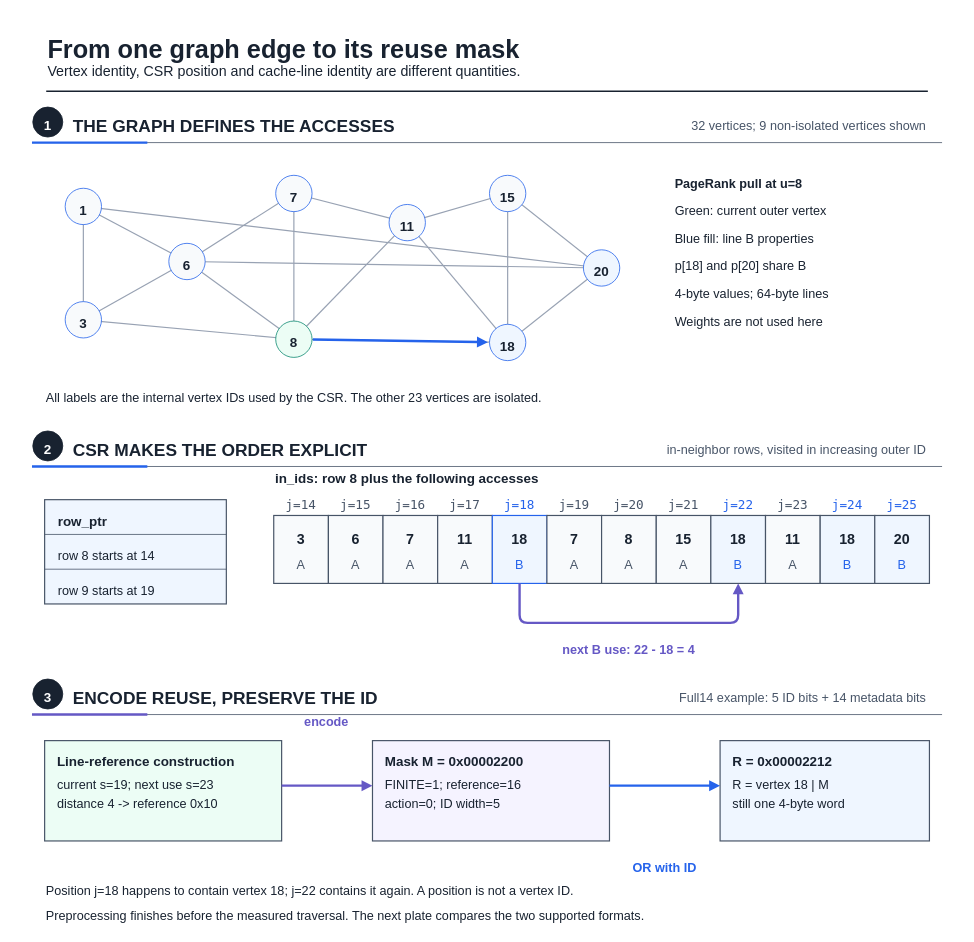
The draw.io diagram fig/wiki_src/reuse-plan-flowthrough/reuse-plan-flowthrough-f01-offline-construction.drawio in UVA-LavaLab/ECG_GrAPL, before the edit. Source tidied: cells renumbered, new cells numbered last; positions are measured from the earlier drawing's top-left corner, leaving out a move shared by most shapes. Both pictures are drawn from the tidied source at 79%, with x=0, y=0 at pixel (13, 13).
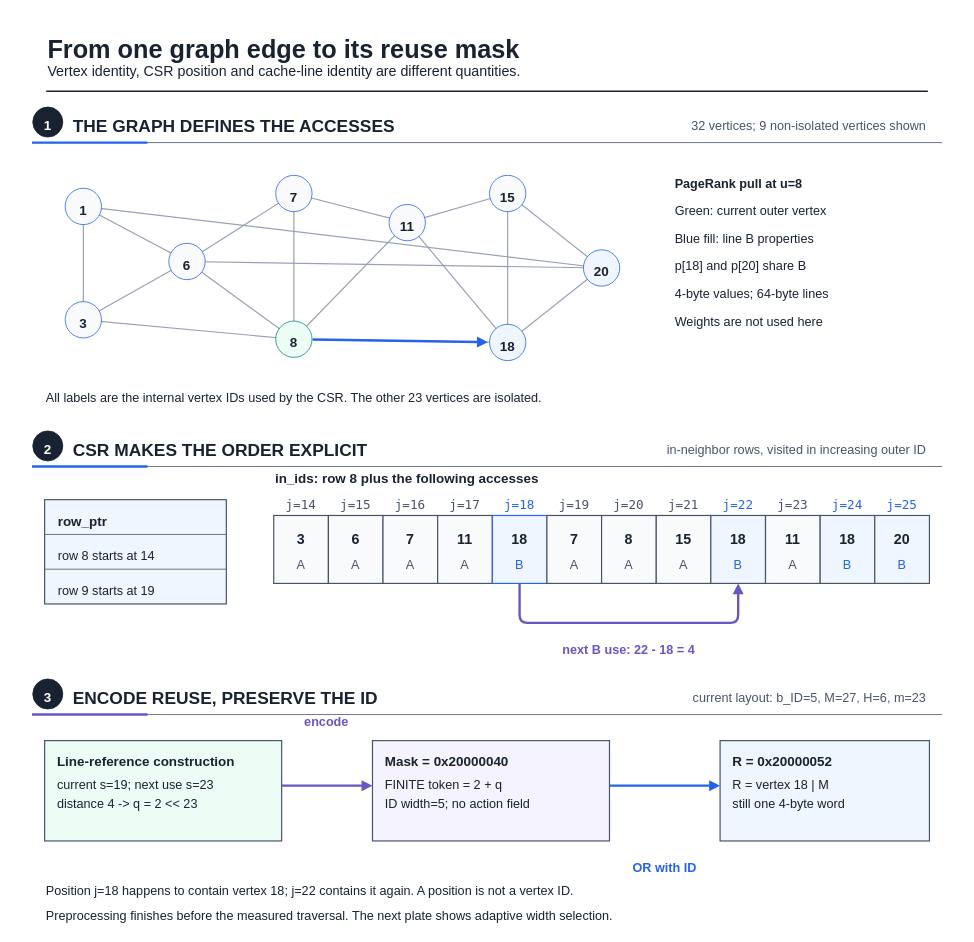
The same diagram, later.

Diff of the diagram source:
```diff
@@
-    <mxCell id="121" value="Full14 example: 5 ID bits + 14 metadata bits" style="text;html=0;strokeColor=none;fillColor=none;align=right;verticalAlign=middle;fontFamily=Liberation Sans;fontSize=16;fontColor=#475467;fontStyle=0;" parent="1" vertex="1">
-      <mxGeometry x="784.9" y="854.2" width="373.1" height="22.4" as="geometry" />
+    <mxCell id="121" value="current layout: b_ID=5, M=27, H=6, m=23" style="text;html=0;strokeColor=none;fillColor=none;align=right;verticalAlign=middle;fontFamily=Liberation Sans;fontSize=16;fontColor=#475467;fontStyle=0;" parent="1" vertex="1">
+      <mxGeometry x="827.3" y="854.2" width="330.7" height="22.4" as="geometry" />
     </mxCell>
@@
-    <mxCell id="127" value="distance 4 -&gt; reference 0x10" style="text;html=0;strokeColor=none;fillColor=none;align=left;verticalAlign=middle;fontFamily=Liberation Sans;fontSize=16;fontColor=#182230;fontStyle=0;" parent="1" vertex="1">
-      <mxGeometry x="54" y="989.2" width="237.4" height="22.4" as="geometry" />
+    <mxCell id="127" value="distance 4 -&gt; q = 2 &lt;&lt; 23" style="text;html=0;strokeColor=none;fillColor=none;align=left;verticalAlign=middle;fontFamily=Liberation Sans;fontSize=16;fontColor=#182230;fontStyle=0;" parent="1" vertex="1">
+      <mxGeometry x="54" y="989.2" width="212" height="22.4" as="geometry" />
     </mxCell>
@@
-    <mxCell id="129" value="Mask M = 0x00002200" style="text;html=0;strokeColor=none;fillColor=none;align=left;verticalAlign=middle;fontFamily=Liberation Sans;fontSize=17;fontColor=#182230;fontStyle=1;" parent="1" vertex="1">
-      <mxGeometry x="469" y="934.4" width="184.1" height="23.8" as="geometry" />
+    <mxCell id="129" value="Mask = 0x20000040" style="text;html=0;strokeColor=none;fillColor=none;align=left;verticalAlign=middle;fontFamily=Liberation Sans;fontSize=17;fontColor=#182230;fontStyle=1;" parent="1" vertex="1">
+      <mxGeometry x="469" y="934.4" width="164.7" height="23.8" as="geometry" />
     </mxCell>
-    <mxCell id="130" value="FINITE=1; reference=16" style="text;html=0;strokeColor=none;fillColor=none;align=left;verticalAlign=middle;fontFamily=Liberation Sans;fontSize=16;fontColor=#182230;fontStyle=0;" parent="1" vertex="1">
-      <mxGeometry x="469" y="964.2" width="186.6" height="22.4" as="geometry" />
+    <mxCell id="130" value="FINITE token = 2 + q" style="text;html=0;strokeColor=none;fillColor=none;align=left;verticalAlign=middle;fontFamily=Liberation Sans;fontSize=16;fontColor=#182230;fontStyle=0;" parent="1" vertex="1">
+      <mxGeometry x="469" y="964.2" width="169.6" height="22.4" as="geometry" />
     </mxCell>
-    <mxCell id="131" value="action=0; ID width=5" style="text;html=0;strokeColor=none;fillColor=none;align=left;verticalAlign=middle;fontFamily=Liberation Sans;fontSize=16;fontColor=#182230;fontStyle=0;" parent="1" vertex="1">
-      <mxGeometry x="469" y="989.2" width="169.6" height="22.4" as="geometry" />
+    <mxCell id="131" value="ID width=5; no action field" style="text;html=0;strokeColor=none;fillColor=none;align=left;verticalAlign=middle;fontFamily=Liberation Sans;fontSize=16;fontColor=#182230;fontStyle=0;" parent="1" vertex="1">
+      <mxGeometry x="469" y="989.2" width="229" height="22.4" as="geometry" />
     </mxCell>
@@
-    <mxCell id="133" value="R = 0x00002212" style="text;html=0;strokeColor=none;fillColor=none;align=left;verticalAlign=middle;fontFamily=Liberation Sans;fontSize=17;fontColor=#182230;fontStyle=1;" parent="1" vertex="1">
+    <mxCell id="133" value="R = 0x20000052" style="text;html=0;strokeColor=none;fillColor=none;align=left;verticalAlign=middle;fontFamily=Liberation Sans;fontSize=17;fontColor=#182230;fontStyle=1;" parent="1" vertex="1">
       <mxGeometry x="909" y="934.4" width="135.7" height="23.8" as="geometry" />
     </mxCell>
@@
-    <mxCell id="141" value="Preprocessing finishes before the measured traversal. The next plate compares the two supported formats." style="text;html=0;strokeColor=none;fillColor=none;align=left;verticalAlign=middle;fontFamily=Liberation Sans;fontSize=16;fontColor=#182230;fontStyle=0;" parent="1" vertex="1">
-      <mxGeometry x="40" y="1130.2" width="881.9" height="22.4" as="geometry" />
+    <mxCell id="141" value="Preprocessing finishes before the measured traversal. The next plate shows adaptive width selection." style="text;html=0;strokeColor=none;fillColor=none;align=left;verticalAlign=middle;fontFamily=Liberation Sans;fontSize=16;fontColor=#182230;fontStyle=0;" parent="1" vertex="1">
+      <mxGeometry x="40" y="1130.2" width="848" height="22.4" as="geometry" />
     </mxCell>
```
